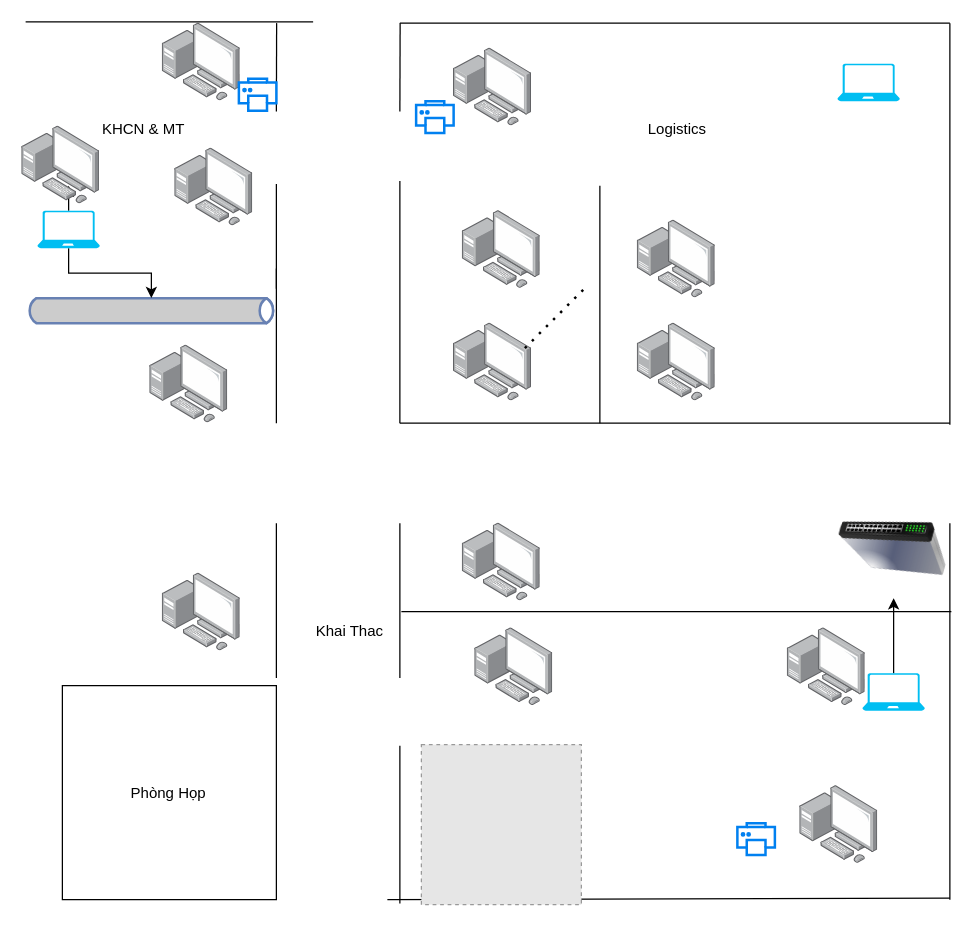
The draw.io diagram Untitled Diagram.drawio in vanminhtran1/vanminh, before the edit. Source tidied: cells renumbered, new cells numbered last; positions are measured from the earlier drawing's top-left corner, leaving out a move shared by most shapes. Both pictures are drawn from the tidied source at 125%, with x=0, y=0 at pixel (21, 21). Pictures stored in the file or linked from it are replaced by grey dashed boxes.
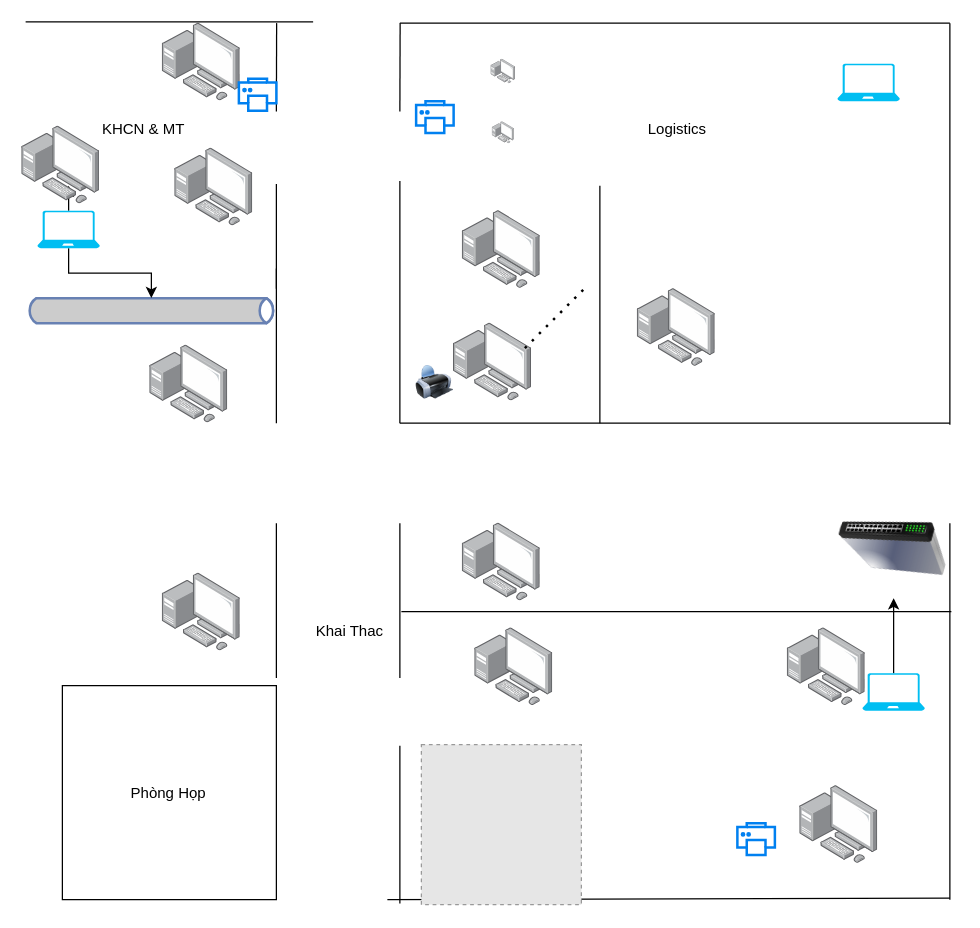
The same diagram, later.

What changed in the source:
```diff
@@
     <mxCell id="27" style="image;html=1;align=center;shadow=0;dashed=0;image=img/lib/allied_telesis/computer_and_terminals/Personal_Computer_with_Server.svg;" parent="1" vertex="1">
-      <mxGeometry x="345.4" y="21" width="62.4" height="62.4" as="geometry" />
+      <mxGeometry x="375.4" y="30" width="19.6" height="19.6" as="geometry" />
     </mxCell>
@@
     <mxCell id="31" style="image;html=1;align=center;shadow=0;dashed=0;image=img/lib/allied_telesis/computer_and_terminals/Personal_Computer_with_Server.svg;" parent="1" vertex="1">
-      <mxGeometry x="492.4" y="241" width="62.4" height="62.4" as="geometry" />
+      <mxGeometry x="492.4" y="213.4" width="62.4" height="62.4" as="geometry" />
     </mxCell>
     <mxCell id="32" style="image;html=1;align=center;shadow=0;dashed=0;image=img/lib/allied_telesis/computer_and_terminals/Personal_Computer_with_Server.svg;" parent="1" vertex="1">
-      <mxGeometry x="492.4" y="158.6" width="62.4" height="62.4" as="geometry" />
+      <mxGeometry x="376.4" y="80" width="17.6" height="17.6" as="geometry" />
     </mxCell>
@@
+    <mxCell id="49" style="image;html=1;image=img/lib/clip_art/computers/Printer_128x128.png;" parent="1" vertex="1">
+      <mxGeometry x="315.4" y="273.4" width="30" height="30" as="geometry" />
+    </mxCell>
```
